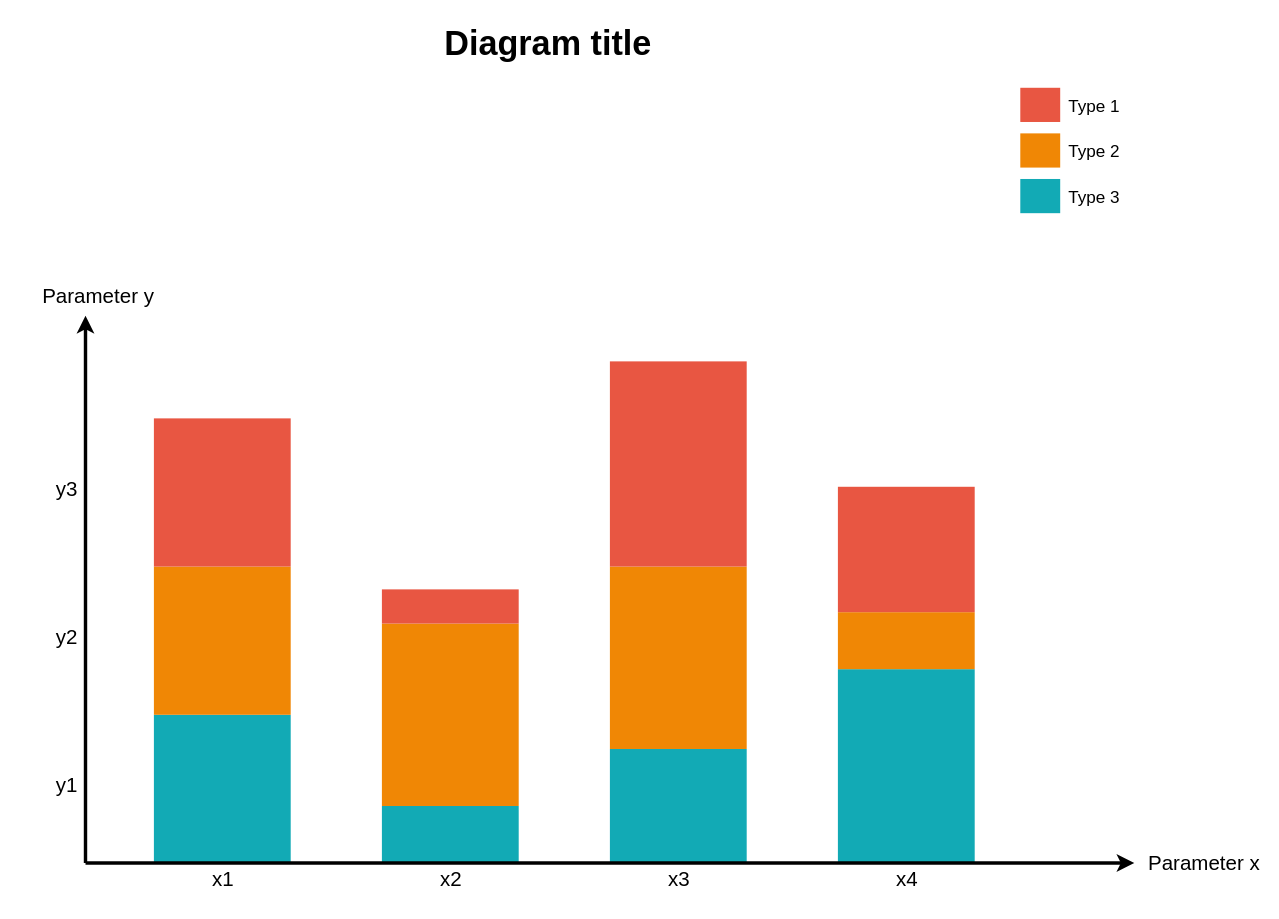
The draw.io diagram Starbucks Middle Layer Monitor Dashboard.drawio in sotheair/designs, before the edit. Source tidied: cells renumbered, new cells numbered last; positions are measured from the earlier drawing's top-left corner, leaving out a move shared by most shapes. Both pictures are drawn from the tidied source at 114%, with x=0, y=0 at pixel (40, 18).
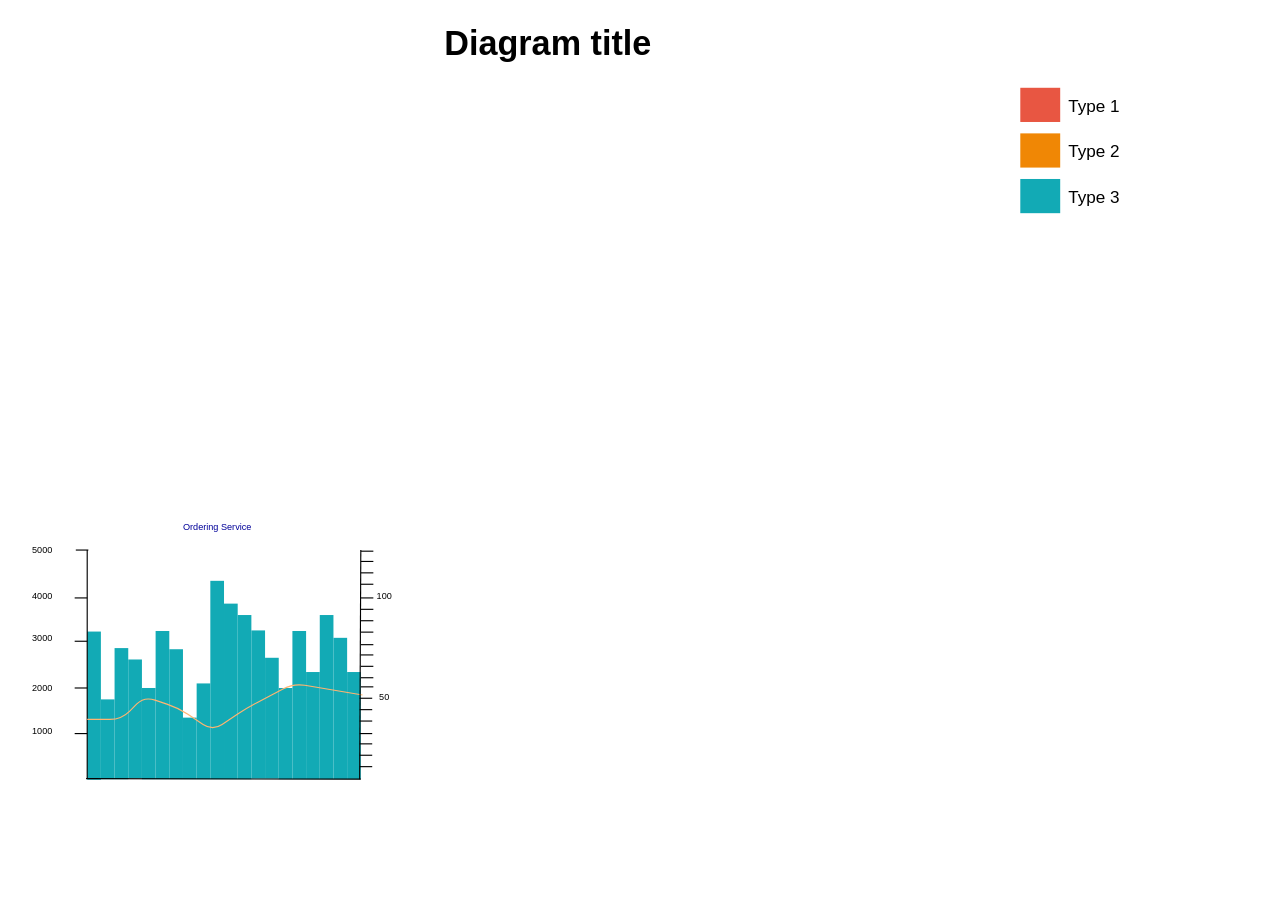
The same diagram, later.

Change to the diagram source:
```diff
@@
     <mxCell id="2" style="whiteSpace=wrap;fillColor=#12AAB5;gradientColor=none;gradientDirection=east;strokeColor=none;html=1;fontColor=#23445d;" parent="1" vertex="1">
-      <mxGeometry x="99.5" y="610.5" width="120" height="130" as="geometry" />
+      <mxGeometry x="41" y="537.5" width="12" height="130" as="geometry" />
     </mxCell>
-    <mxCell id="3" style="whiteSpace=wrap;fillColor=#12AAB5;gradientColor=none;gradientDirection=east;strokeColor=none;html=1;fontColor=#23445d;" parent="1" vertex="1">
-      <mxGeometry x="299.5" y="690.5" width="120" height="50" as="geometry" />
-    </mxCell>
-    <mxCell id="4" style="whiteSpace=wrap;fillColor=#12AAB5;gradientColor=none;gradientDirection=east;strokeColor=none;html=1;fontColor=#23445d;" parent="1" vertex="1">
-      <mxGeometry x="499.5" y="640.5" width="120" height="100" as="geometry" />
-    </mxCell>
-    <mxCell id="5" style="whiteSpace=wrap;fillColor=#12AAB5;gradientColor=none;gradientDirection=east;strokeColor=none;html=1;fontColor=#23445d;" parent="1" vertex="1">
-      <mxGeometry x="699.5" y="570.5" width="120" height="170" as="geometry" />
-    </mxCell>
-    <mxCell id="6" style="edgeStyle=none;html=1;fontColor=#000000;strokeWidth=3;strokeColor=#000000;" parent="1" edge="1">
-      <mxGeometry relative="1" as="geometry">
-        <mxPoint x="39.5" y="740.5" as="sourcePoint" />
-        <mxPoint x="39.5" y="260.5" as="targetPoint" />
-      </mxGeometry>
-    </mxCell>
-    <mxCell id="7" style="whiteSpace=wrap;fillColor=#F08705;gradientColor=none;gradientDirection=east;strokeColor=none;html=1;fontColor=#23445d;" parent="1" vertex="1">
-      <mxGeometry x="99.5" y="480.5" width="120" height="130" as="geometry" />
-    </mxCell>
-    <mxCell id="8" style="whiteSpace=wrap;fillColor=#E85642;gradientColor=none;gradientDirection=east;strokeColor=none;html=1;fontColor=#23445d;" parent="1" vertex="1">
-      <mxGeometry x="99.5" y="350.5" width="120" height="130" as="geometry" />
-    </mxCell>
-    <mxCell id="9" style="whiteSpace=wrap;fillColor=#F08705;gradientColor=none;gradientDirection=east;strokeColor=none;html=1;fontColor=#23445d;" parent="1" vertex="1">
-      <mxGeometry x="299.5" y="530.5" width="120" height="160" as="geometry" />
-    </mxCell>
-    <mxCell id="10" style="whiteSpace=wrap;fillColor=#E85642;gradientColor=none;gradientDirection=east;strokeColor=none;html=1;fontColor=#23445d;" parent="1" vertex="1">
-      <mxGeometry x="299.5" y="500.5" width="120" height="30" as="geometry" />
-    </mxCell>
-    <mxCell id="11" style="whiteSpace=wrap;fillColor=#F08705;gradientColor=none;gradientDirection=east;strokeColor=none;html=1;fontColor=#23445d;" parent="1" vertex="1">
-      <mxGeometry x="499.5" y="480.5" width="120" height="160" as="geometry" />
-    </mxCell>
-    <mxCell id="12" style="whiteSpace=wrap;fillColor=#E85642;gradientColor=none;gradientDirection=east;strokeColor=none;html=1;fontColor=#23445d;" parent="1" vertex="1">
-      <mxGeometry x="499.5" y="300.5" width="120" height="180" as="geometry" />
-    </mxCell>
-    <mxCell id="13" style="edgeStyle=none;html=1;fontColor=#000000;strokeWidth=3;strokeColor=#000000;" parent="1" edge="1">
-      <mxGeometry relative="1" as="geometry">
-        <mxPoint x="39.5" y="740.5" as="sourcePoint" />
-        <mxPoint x="959.5" y="740.5" as="targetPoint" />
-      </mxGeometry>
-    </mxCell>
-    <mxCell id="14" value="Parameter x" style="text;spacingTop=-5;html=1;fontSize=18;fontStyle=0;strokeColor=none;" parent="1" vertex="1">
-      <mxGeometry x="969.5" y="728.5" width="80" height="20" as="geometry" />
-    </mxCell>
-    <mxCell id="15" value="x1" style="text;spacingTop=-5;align=center;verticalAlign=middle;fontStyle=0;html=1;fontSize=18;strokeColor=none;" parent="1" vertex="1">
-      <mxGeometry x="99.5" y="742.5" width="120" height="30" as="geometry" />
-    </mxCell>
-    <mxCell id="16" value="x2" style="text;spacingTop=-5;align=center;verticalAlign=middle;fontStyle=0;html=1;fontSize=18;strokeColor=none;" parent="1" vertex="1">
-      <mxGeometry x="299.5" y="742.5" width="120" height="30" as="geometry" />
-    </mxCell>
-    <mxCell id="17" value="x3" style="text;spacingTop=-5;align=center;verticalAlign=middle;fontStyle=0;html=1;fontSize=18;strokeColor=none;" parent="1" vertex="1">
-      <mxGeometry x="499.5" y="742.5" width="120" height="30" as="geometry" />
-    </mxCell>
@@
-    <mxCell id="24" value="Parameter y" style="text;spacingTop=-5;html=1;fontSize=18;fontStyle=0;" parent="1" vertex="1">
-      <mxGeometry x="-0.5" y="231.5" width="80" height="20" as="geometry" />
-    </mxCell>
-    <mxCell id="25" value="y1" style="text;spacingTop=-5;align=center;verticalAlign=middle;fontStyle=0;html=1;fontSize=18;" parent="1" vertex="1">
-      <mxGeometry x="7.5" y="610.5" width="30" height="130" as="geometry" />
-    </mxCell>
-    <mxCell id="26" value="y2" style="text;spacingTop=-5;align=center;verticalAlign=middle;fontStyle=0;html=1;fontSize=18;" parent="1" vertex="1">
-      <mxGeometry x="7.5" y="480.5" width="30" height="130" as="geometry" />
-    </mxCell>
-    <mxCell id="27" value="y3" style="text;spacingTop=-5;align=center;verticalAlign=middle;fontStyle=0;html=1;fontSize=18;" parent="1" vertex="1">
-      <mxGeometry x="7.5" y="350.5" width="30" height="130" as="geometry" />
-    </mxCell>
@@
-    <mxCell id="29" style="whiteSpace=wrap;fillColor=#F08705;gradientColor=none;gradientDirection=east;strokeColor=none;html=1;fontColor=#23445d;" parent="1" vertex="1">
-      <mxGeometry x="699.5" y="520.5" width="120" height="50" as="geometry" />
-    </mxCell>
-    <mxCell id="30" style="whiteSpace=wrap;fillColor=#E85642;gradientColor=none;gradientDirection=east;strokeColor=none;html=1;fontColor=#23445d;" parent="1" vertex="1">
-      <mxGeometry x="699.5" y="410.5" width="120" height="110" as="geometry" />
-    </mxCell>
-    <mxCell id="31" value="x4" style="text;spacingTop=-5;align=center;verticalAlign=middle;fontStyle=0;html=1;fontSize=18;strokeColor=none;" parent="1" vertex="1">
-      <mxGeometry x="699.5" y="742.5" width="120" height="30" as="geometry" />
-    </mxCell>
+    <mxCell id="32" style="whiteSpace=wrap;fillColor=#12AAB5;gradientColor=none;gradientDirection=east;strokeColor=none;html=1;fontColor=#23445d;" parent="1" vertex="1">
+      <mxGeometry x="53" y="597" width="12" height="70" as="geometry" />
+    </mxCell>
+    <mxCell id="33" style="whiteSpace=wrap;fillColor=#12AAB5;gradientColor=none;gradientDirection=east;strokeColor=none;html=1;fontColor=#23445d;" parent="1" vertex="1">
+      <mxGeometry x="149" y="493" width="12" height="174" as="geometry" />
+    </mxCell>
+    <mxCell id="34" style="whiteSpace=wrap;fillColor=#12AAB5;gradientColor=none;gradientDirection=east;strokeColor=none;html=1;fontColor=#23445d;" parent="1" vertex="1">
+      <mxGeometry x="65" y="552" width="12" height="115" as="geometry" />
+    </mxCell>
+    <mxCell id="35" style="whiteSpace=wrap;fillColor=#12AAB5;gradientColor=none;gradientDirection=east;strokeColor=none;html=1;fontColor=#23445d;" parent="1" vertex="1">
+      <mxGeometry x="77" y="562" width="12" height="104" as="geometry" />
+    </mxCell>
+    <mxCell id="36" style="whiteSpace=wrap;fillColor=#12AAB5;gradientColor=none;gradientDirection=east;strokeColor=none;html=1;fontColor=#23445d;" parent="1" vertex="1">
+      <mxGeometry x="89" y="587" width="12" height="80" as="geometry" />
+    </mxCell>
+    <mxCell id="37" style="whiteSpace=wrap;fillColor=#12AAB5;gradientColor=none;gradientDirection=east;strokeColor=none;html=1;fontColor=#23445d;" parent="1" vertex="1">
+      <mxGeometry x="101" y="537" width="12" height="130" as="geometry" />
+    </mxCell>
+    <mxCell id="38" style="whiteSpace=wrap;fillColor=#12AAB5;gradientColor=none;gradientDirection=east;strokeColor=none;html=1;fontColor=#23445d;" parent="1" vertex="1">
+      <mxGeometry x="113" y="553" width="12" height="114" as="geometry" />
+    </mxCell>
+    <mxCell id="39" style="whiteSpace=wrap;fillColor=#12AAB5;gradientColor=none;gradientDirection=east;strokeColor=none;html=1;fontColor=#23445d;" parent="1" vertex="1">
+      <mxGeometry x="125" y="613" width="12" height="54" as="geometry" />
+    </mxCell>
+    <mxCell id="40" style="whiteSpace=wrap;fillColor=#12AAB5;gradientColor=none;gradientDirection=east;strokeColor=none;html=1;fontColor=#23445d;" parent="1" vertex="1">
+      <mxGeometry x="137" y="583" width="12" height="84" as="geometry" />
+    </mxCell>
+    <mxCell id="41" style="whiteSpace=wrap;fillColor=#12AAB5;gradientColor=none;gradientDirection=east;strokeColor=none;html=1;fontColor=#23445d;" parent="1" vertex="1">
+      <mxGeometry x="161" y="513" width="12" height="154" as="geometry" />
+    </mxCell>
+    <mxCell id="42" style="whiteSpace=wrap;fillColor=#12AAB5;gradientColor=none;gradientDirection=east;strokeColor=none;html=1;fontColor=#23445d;" parent="1" vertex="1">
+      <mxGeometry x="173" y="523" width="12" height="144" as="geometry" />
+    </mxCell>
+    <mxCell id="43" style="whiteSpace=wrap;fillColor=#12AAB5;gradientColor=none;gradientDirection=east;strokeColor=none;html=1;fontColor=#23445d;" parent="1" vertex="1">
+      <mxGeometry x="269" y="573" width="12" height="94" as="geometry" />
+    </mxCell>
+    <mxCell id="44" style="whiteSpace=wrap;fillColor=#12AAB5;gradientColor=none;gradientDirection=east;strokeColor=none;html=1;fontColor=#23445d;" parent="1" vertex="1">
+      <mxGeometry x="185" y="536.5" width="12" height="130" as="geometry" />
+    </mxCell>
+    <mxCell id="45" style="whiteSpace=wrap;fillColor=#12AAB5;gradientColor=none;gradientDirection=east;strokeColor=none;html=1;fontColor=#23445d;" parent="1" vertex="1">
+      <mxGeometry x="197" y="560.5" width="12" height="106" as="geometry" />
+    </mxCell>
+    <mxCell id="46" style="whiteSpace=wrap;fillColor=#12AAB5;gradientColor=none;gradientDirection=east;strokeColor=none;html=1;fontColor=#23445d;" parent="1" vertex="1">
+      <mxGeometry x="209" y="587" width="12" height="80" as="geometry" />
+    </mxCell>
+    <mxCell id="47" style="whiteSpace=wrap;fillColor=#12AAB5;gradientColor=none;gradientDirection=east;strokeColor=none;html=1;fontColor=#23445d;" parent="1" vertex="1">
+      <mxGeometry x="221" y="537" width="12" height="130" as="geometry" />
+    </mxCell>
+    <mxCell id="48" style="whiteSpace=wrap;fillColor=#12AAB5;gradientColor=none;gradientDirection=east;strokeColor=none;html=1;fontColor=#23445d;" parent="1" vertex="1">
+      <mxGeometry x="233" y="573" width="12" height="94" as="geometry" />
+    </mxCell>
+    <mxCell id="49" style="whiteSpace=wrap;fillColor=#12AAB5;gradientColor=none;gradientDirection=east;strokeColor=none;html=1;fontColor=#23445d;" parent="1" vertex="1">
+      <mxGeometry x="245" y="523" width="12" height="144" as="geometry" />
+    </mxCell>
+    <mxCell id="50" style="whiteSpace=wrap;fillColor=#12AAB5;gradientColor=none;gradientDirection=east;strokeColor=none;html=1;fontColor=#23445d;" parent="1" vertex="1">
+      <mxGeometry x="257" y="543" width="12" height="124" as="geometry" />
+    </mxCell>
+    <mxCell id="51" style="endArrow=none;html=1;strokeWidth=1;" parent="1" edge="1">
+      <mxGeometry relative="1" as="geometry">
+        <mxPoint x="41" y="666" as="sourcePoint" />
+        <mxPoint x="41" y="466" as="targetPoint" />
+      </mxGeometry>
+    </mxCell>
+    <mxCell id="52" style="endArrow=none;html=1;strokeWidth=1;" parent="1" edge="1">
+      <mxGeometry relative="1" as="geometry">
+        <mxPoint x="40" y="666.5" as="sourcePoint" />
+        <mxPoint x="281" y="667" as="targetPoint" />
+      </mxGeometry>
+    </mxCell>
+    <mxCell id="53" style="endArrow=none;html=1;strokeWidth=1;entryX=1.125;entryY=0.214;entryDx=0;entryDy=0;entryPerimeter=0;strokeColor=#FFB570;" parent="1" edge="1" target="43">
+      <mxGeometry relative="1" as="geometry">
+        <mxPoint x="41" y="614.5" as="sourcePoint" />
+        <Array as="points">
+          <mxPoint x="71" y="614.5" />
+          <mxPoint x="91" y="594.5" />
+          <mxPoint x="121" y="604.5" />
+          <mxPoint x="151" y="624.5" />
+          <mxPoint x="181" y="604.5" />
+          <mxPoint x="222" y="583" />
+        </Array>
+      </mxGeometry>
+    </mxCell>
+    <mxCell id="54" style="endArrow=none;html=1;strokeWidth=1;" parent="1" edge="1">
+      <mxGeometry relative="1" as="geometry">
+        <mxPoint x="30" y="627" as="sourcePoint" />
+        <mxPoint x="41" y="627" as="targetPoint" />
+      </mxGeometry>
+    </mxCell>
+    <mxCell id="55" style="endArrow=none;html=1;strokeWidth=1;" parent="1" edge="1">
+      <mxGeometry relative="1" as="geometry">
+        <mxPoint x="30" y="587" as="sourcePoint" />
+        <mxPoint x="41" y="587" as="targetPoint" />
+      </mxGeometry>
+    </mxCell>
+    <mxCell id="56" style="endArrow=none;html=1;strokeWidth=1;" parent="1" edge="1">
+      <mxGeometry relative="1" as="geometry">
+        <mxPoint x="30" y="546" as="sourcePoint" />
+        <mxPoint x="41" y="546" as="targetPoint" />
+      </mxGeometry>
+    </mxCell>
+    <mxCell id="57" style="endArrow=none;html=1;strokeWidth=1;" parent="1" edge="1">
+      <mxGeometry relative="1" as="geometry">
+        <mxPoint x="280" y="667" as="sourcePoint" />
+        <mxPoint x="281" y="466" as="targetPoint" />
+      </mxGeometry>
+    </mxCell>
+    <mxCell id="58" style="endArrow=none;html=1;strokeWidth=1;" parent="1" edge="1">
+      <mxGeometry relative="1" as="geometry">
+        <mxPoint x="280" y="656" as="sourcePoint" />
+        <mxPoint x="291" y="656" as="targetPoint" />
+      </mxGeometry>
+    </mxCell>
+    <mxCell id="59" style="endArrow=none;html=1;strokeWidth=1;" parent="1" edge="1">
+      <mxGeometry relative="1" as="geometry">
+        <mxPoint x="281" y="586" as="sourcePoint" />
+        <mxPoint x="292" y="586" as="targetPoint" />
+      </mxGeometry>
+    </mxCell>
+    <mxCell id="60" style="endArrow=none;html=1;strokeWidth=1;" parent="1" edge="1">
+      <mxGeometry relative="1" as="geometry">
+        <mxPoint x="280" y="596" as="sourcePoint" />
+        <mxPoint x="291" y="596" as="targetPoint" />
+      </mxGeometry>
+    </mxCell>
+    <mxCell id="61" style="endArrow=none;html=1;strokeWidth=1;" parent="1" edge="1">
+      <mxGeometry relative="1" as="geometry">
+        <mxPoint x="280" y="606" as="sourcePoint" />
+        <mxPoint x="291" y="606" as="targetPoint" />
+      </mxGeometry>
+    </mxCell>
+    <mxCell id="62" style="endArrow=none;html=1;strokeWidth=1;" parent="1" edge="1">
+      <mxGeometry relative="1" as="geometry">
+        <mxPoint x="280" y="616" as="sourcePoint" />
+        <mxPoint x="291" y="616" as="targetPoint" />
+      </mxGeometry>
+    </mxCell>
+    <mxCell id="63" style="endArrow=none;html=1;strokeWidth=1;" parent="1" edge="1">
+      <mxGeometry relative="1" as="geometry">
+        <mxPoint x="280" y="627" as="sourcePoint" />
+        <mxPoint x="291" y="627" as="targetPoint" />
+      </mxGeometry>
+    </mxCell>
+    <mxCell id="64" style="endArrow=none;html=1;strokeWidth=1;" parent="1" edge="1">
+      <mxGeometry relative="1" as="geometry">
+        <mxPoint x="280" y="636" as="sourcePoint" />
+        <mxPoint x="291" y="636" as="targetPoint" />
+      </mxGeometry>
+    </mxCell>
+    <mxCell id="65" style="endArrow=none;html=1;strokeWidth=1;" parent="1" edge="1">
+      <mxGeometry relative="1" as="geometry">
+        <mxPoint x="280" y="646" as="sourcePoint" />
+        <mxPoint x="291" y="646" as="targetPoint" />
+      </mxGeometry>
+    </mxCell>
+    <mxCell id="66" style="endArrow=none;html=1;strokeWidth=1;" parent="1" edge="1">
+      <mxGeometry relative="1" as="geometry">
+        <mxPoint x="281" y="578" as="sourcePoint" />
+        <mxPoint x="292" y="578" as="targetPoint" />
+      </mxGeometry>
+    </mxCell>
+    <mxCell id="67" style="endArrow=none;html=1;strokeWidth=1;" parent="1" edge="1">
+      <mxGeometry relative="1" as="geometry">
+        <mxPoint x="281" y="508" as="sourcePoint" />
+        <mxPoint x="292" y="508" as="targetPoint" />
+      </mxGeometry>
+    </mxCell>
+    <mxCell id="68" style="endArrow=none;html=1;strokeWidth=1;" parent="1" edge="1">
+      <mxGeometry relative="1" as="geometry">
+        <mxPoint x="281" y="518" as="sourcePoint" />
+        <mxPoint x="292" y="518" as="targetPoint" />
+      </mxGeometry>
+    </mxCell>
+    <mxCell id="69" style="endArrow=none;html=1;strokeWidth=1;" parent="1" edge="1">
+      <mxGeometry relative="1" as="geometry">
+        <mxPoint x="281" y="528" as="sourcePoint" />
+        <mxPoint x="292" y="528" as="targetPoint" />
+      </mxGeometry>
+    </mxCell>
+    <mxCell id="70" style="endArrow=none;html=1;strokeWidth=1;" parent="1" edge="1">
+      <mxGeometry relative="1" as="geometry">
+        <mxPoint x="281" y="538" as="sourcePoint" />
+        <mxPoint x="292" y="538" as="targetPoint" />
+      </mxGeometry>
+    </mxCell>
+    <mxCell id="71" style="endArrow=none;html=1;strokeWidth=1;" parent="1" edge="1">
+      <mxGeometry relative="1" as="geometry">
+        <mxPoint x="281" y="549" as="sourcePoint" />
+        <mxPoint x="292" y="549" as="targetPoint" />
+      </mxGeometry>
+    </mxCell>
+    <mxCell id="72" style="endArrow=none;html=1;strokeWidth=1;" parent="1" edge="1">
+      <mxGeometry relative="1" as="geometry">
+        <mxPoint x="281" y="558" as="sourcePoint" />
+        <mxPoint x="292" y="558" as="targetPoint" />
+      </mxGeometry>
+    </mxCell>
+    <mxCell id="73" style="endArrow=none;html=1;strokeWidth=1;" parent="1" edge="1">
+      <mxGeometry relative="1" as="geometry">
+        <mxPoint x="281" y="568" as="sourcePoint" />
+        <mxPoint x="292" y="568" as="targetPoint" />
+      </mxGeometry>
+    </mxCell>
+    <mxCell id="74" style="endArrow=none;html=1;strokeWidth=1;" parent="1" edge="1">
+      <mxGeometry relative="1" as="geometry">
+        <mxPoint x="281" y="496" as="sourcePoint" />
+        <mxPoint x="292" y="496" as="targetPoint" />
+      </mxGeometry>
+    </mxCell>
+    <mxCell id="75" style="endArrow=none;html=1;strokeWidth=1;" parent="1" edge="1">
+      <mxGeometry relative="1" as="geometry">
+        <mxPoint x="281" y="467" as="sourcePoint" />
+        <mxPoint x="292" y="467" as="targetPoint" />
+      </mxGeometry>
+    </mxCell>
+    <mxCell id="76" style="endArrow=none;html=1;strokeWidth=1;" parent="1" edge="1">
+      <mxGeometry relative="1" as="geometry">
+        <mxPoint x="281" y="476" as="sourcePoint" />
+        <mxPoint x="292" y="476" as="targetPoint" />
+      </mxGeometry>
+    </mxCell>
+    <mxCell id="77" style="endArrow=none;html=1;strokeWidth=1;" parent="1" edge="1">
+      <mxGeometry relative="1" as="geometry">
+        <mxPoint x="281" y="486" as="sourcePoint" />
+        <mxPoint x="292" y="486" as="targetPoint" />
+      </mxGeometry>
+    </mxCell>
+    <mxCell id="78" style="endArrow=none;html=1;strokeWidth=1;" parent="1" edge="1">
+      <mxGeometry relative="1" as="geometry">
+        <mxPoint x="30" y="508" as="sourcePoint" />
+        <mxPoint x="41" y="508" as="targetPoint" />
+      </mxGeometry>
+    </mxCell>
+    <mxCell id="79" style="endArrow=none;html=1;strokeWidth=1;" parent="1" edge="1">
+      <mxGeometry relative="1" as="geometry">
+        <mxPoint x="31" y="466" as="sourcePoint" />
+        <mxPoint x="42" y="466" as="targetPoint" />
+      </mxGeometry>
+    </mxCell>
+    <mxCell id="80" value="&lt;font style=&quot;font-size: 8px;&quot;&gt;1000&lt;/font&gt;" style="text;html=1;align=center;verticalAlign=middle;whiteSpace=wrap;rounded=0;fontSize=8;" parent="1" vertex="1">
+      <mxGeometry x="-18" y="615" width="40" height="20" as="geometry" />
+    </mxCell>
+    <mxCell id="81" value="&lt;font style=&quot;font-size: 8px&quot;&gt;2000&lt;/font&gt;" style="text;html=1;align=center;verticalAlign=middle;whiteSpace=wrap;rounded=0;fontSize=8;" parent="1" vertex="1">
+      <mxGeometry x="-18" y="577" width="40" height="20" as="geometry" />
+    </mxCell>
+    <mxCell id="82" value="&lt;font style=&quot;font-size: 8px&quot;&gt;3000&lt;/font&gt;" style="text;html=1;align=center;verticalAlign=middle;whiteSpace=wrap;rounded=0;fontSize=8;" parent="1" vertex="1">
+      <mxGeometry x="-18" y="533" width="40" height="20" as="geometry" />
+    </mxCell>
+    <mxCell id="83" value="&lt;font style=&quot;font-size: 8px&quot;&gt;4000&lt;/font&gt;" style="text;html=1;align=center;verticalAlign=middle;whiteSpace=wrap;rounded=0;fontSize=8;" parent="1" vertex="1">
+      <mxGeometry x="-18" y="496" width="40" height="20" as="geometry" />
+    </mxCell>
+    <mxCell id="84" value="&lt;font style=&quot;font-size: 8px&quot;&gt;5000&lt;/font&gt;" style="text;html=1;align=center;verticalAlign=middle;whiteSpace=wrap;rounded=0;fontSize=8;" parent="1" vertex="1">
+      <mxGeometry x="-18" y="456" width="40" height="20" as="geometry" />
+    </mxCell>
+    <mxCell id="85" value="&lt;font style=&quot;font-size: 8px&quot;&gt;100&lt;/font&gt;" style="text;html=1;align=center;verticalAlign=middle;whiteSpace=wrap;rounded=0;fontSize=8;" parent="1" vertex="1">
+      <mxGeometry x="292" y="496" width="20" height="20" as="geometry" />
+    </mxCell>
+    <mxCell id="86" value="&lt;font style=&quot;font-size: 8px&quot;&gt;50&lt;/font&gt;" style="text;html=1;align=center;verticalAlign=middle;whiteSpace=wrap;rounded=0;fontSize=8;" parent="1" vertex="1">
+      <mxGeometry x="292" y="585" width="20" height="20" as="geometry" />
+    </mxCell>
+    <mxCell id="87" value="Ordering Service" style="text;html=1;strokeColor=none;fillColor=none;align=center;verticalAlign=middle;whiteSpace=wrap;rounded=0;fontSize=8;fontColor=#000099;" parent="1" vertex="1">
+      <mxGeometry x="102" y="436" width="107" height="20" as="geometry" />
+    </mxCell>
```
